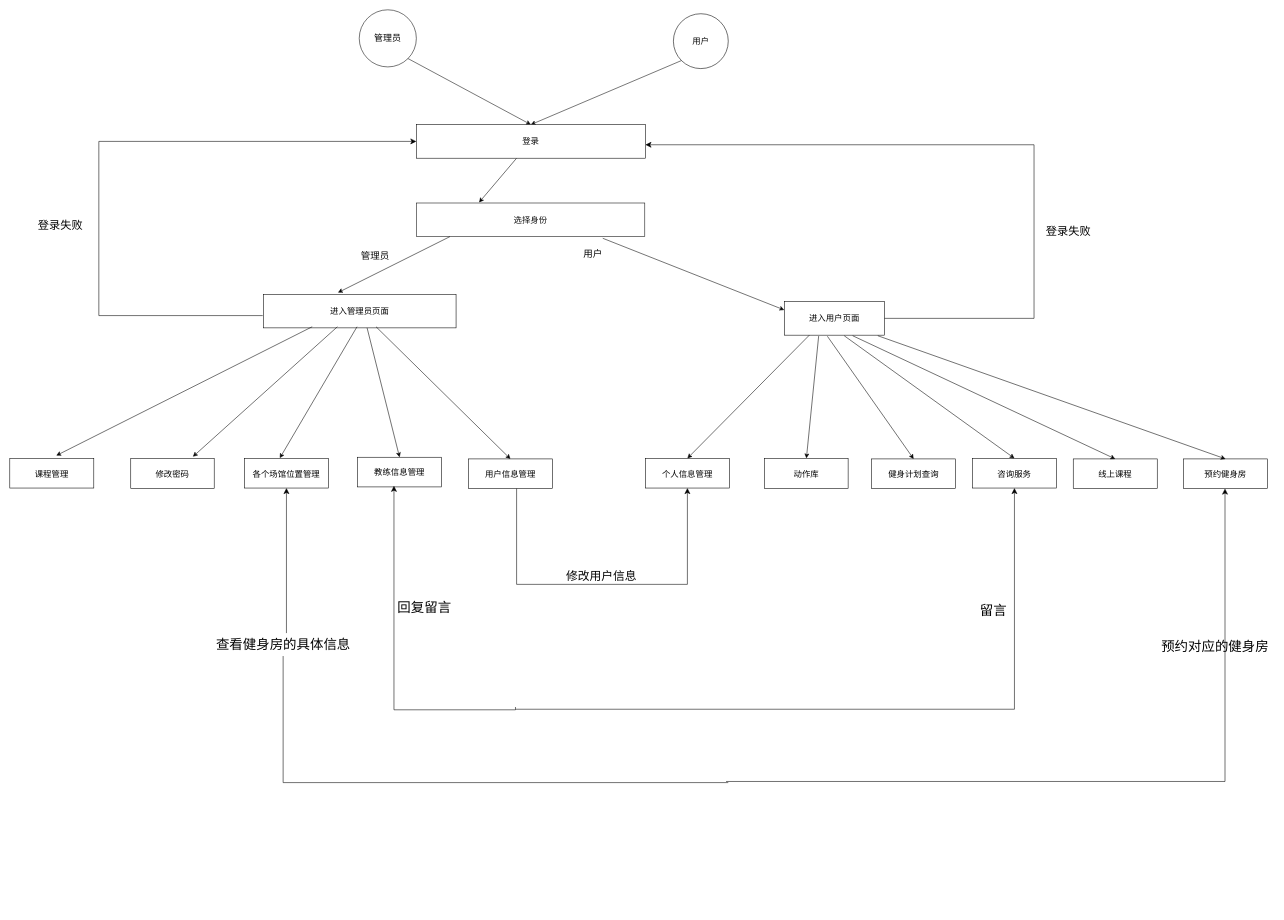
This is gym-management-front/drawing/业务流程图.drawio from Lzzzs/gym, a draw.io file, before an edit. Source tidied: cells renumbered, new cells numbered last; positions are measured from the earlier drawing's top-left corner, leaving out a move shared by most shapes. Both pictures are drawn from the tidied source at 56%, with x=0, y=0 at pixel (10, 10).
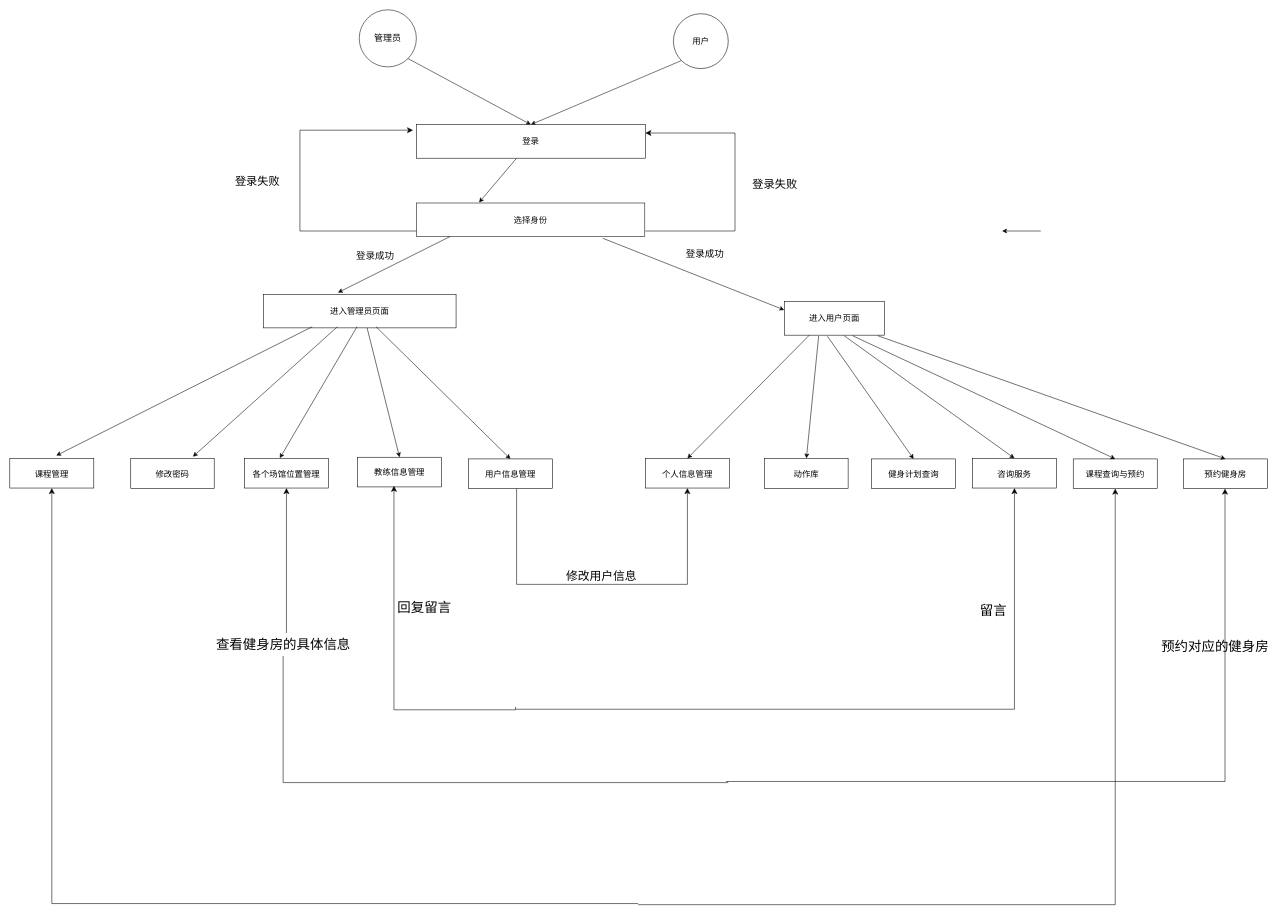
The same diagram, later.

Unchanged cells that the change refers to:
```xml
<mxCell id="7" value="&lt;font color=&quot;#030303&quot;&gt;登录&lt;/font&gt;" style="rounded=0;whiteSpace=wrap;html=1;fontSize=15;fillColor=#FFFFFF;strokeColor=#000000;" parent="1" vertex="1">
  <mxGeometry x="726" y="205" width="408.9" height="60" as="geometry" />
</mxCell>
<mxCell id="13" value="&lt;font color=&quot;#030303&quot;&gt;进入管理员页面&lt;/font&gt;" style="rounded=0;whiteSpace=wrap;html=1;fontSize=15;fillColor=#FFFFFF;strokeColor=#000000;" parent="1" vertex="1">
  <mxGeometry x="453" y="508" width="343.9" height="60" as="geometry" />
</mxCell>
<mxCell id="14" value="&lt;font color=&quot;#030303&quot;&gt;进入用户页面&lt;/font&gt;" style="rounded=0;whiteSpace=wrap;html=1;fontSize=15;fillColor=#FFFFFF;strokeColor=#000000;" parent="1" vertex="1">
  <mxGeometry x="1383" y="521" width="179" height="60" as="geometry" />
</mxCell>
<mxCell id="25" value="&lt;font color=&quot;#030303&quot;&gt;课程管理&lt;/font&gt;" style="rounded=0;whiteSpace=wrap;html=1;fontSize=15;fillColor=#FFFFFF;strokeColor=#000000;" parent="1" vertex="1">
  <mxGeometry y="801" width="150" height="53" as="geometry" />
</mxCell>
```

Change to the diagram source:
```diff
@@
-    <mxCell id="11" value="&lt;font color=&quot;#030303&quot; style=&quot;font-size: 17px;&quot;&gt;用户&lt;/font&gt;" style="text;html=1;align=center;verticalAlign=middle;strokeColor=none;fillColor=none;fontSize=15;" parent="1" vertex="1">
-      <mxGeometry x="1015" y="421" width="52" height="32" as="geometry" />
+    <mxCell id="11" value="&lt;font color=&quot;#030303&quot;&gt;&lt;span style=&quot;font-size: 17px;&quot;&gt;登录成功&lt;/span&gt;&lt;/font&gt;" style="text;html=1;align=center;verticalAlign=middle;strokeColor=none;fillColor=none;fontSize=15;" parent="1" vertex="1">
+      <mxGeometry x="1198" y="421" width="86" height="32" as="geometry" />
     </mxCell>
-    <mxCell id="12" value="&lt;font color=&quot;#0d0d0d&quot; style=&quot;font-size: 17px;&quot;&gt;管理员&lt;/font&gt;" style="text;html=1;align=center;verticalAlign=middle;strokeColor=none;fillColor=none;fontSize=15;" parent="1" vertex="1">
-      <mxGeometry x="617" y="424" width="69" height="32" as="geometry" />
+    <mxCell id="12" value="&lt;font color=&quot;#0d0d0d&quot; style=&quot;font-size: 17px;&quot;&gt;登录成功&lt;/font&gt;" style="text;html=1;align=center;verticalAlign=middle;strokeColor=none;fillColor=none;fontSize=15;" parent="1" vertex="1">
+      <mxGeometry x="609" y="424" width="86" height="32" as="geometry" />
     </mxCell>
@@
-    <mxCell id="15" style="edgeStyle=elbowEdgeStyle;elbow=horizontal;endArrow=classic;html=1;curved=0;rounded=0;endSize=8;startSize=8;exitX=-0.004;exitY=0.634;exitDx=0;exitDy=0;exitPerimeter=0;strokeColor=#030303;entryX=0;entryY=0.5;entryDx=0;entryDy=0;" parent="1" edge="1" source="13" target="7">
-      <mxGeometry relative="1" as="geometry">
-        <Array as="points">
-          <mxPoint x="159" y="306" />
-          <mxPoint x="289" y="392" />
-          <mxPoint x="445.1" y="388" />
-          <mxPoint x="435.1" y="425" />
-          <mxPoint x="411.1" y="504" />
-          <mxPoint x="444.1" y="376" />
-        </Array>
-      </mxGeometry>
-    </mxCell>
     <mxCell id="16" value="&lt;span style=&quot;color: rgb(3, 3, 3); font-size: 20px;&quot;&gt;登录失败&lt;/span&gt;" style="text;html=1;align=center;verticalAlign=middle;strokeColor=none;fillColor=none;fontSize=15;" parent="1" vertex="1">
-      <mxGeometry x="41" y="366" width="98" height="36" as="geometry" />
+      <mxGeometry x="393" y="288" width="98" height="36" as="geometry" />
     </mxCell>
-    <mxCell id="17" style="edgeStyle=elbowEdgeStyle;elbow=horizontal;endArrow=classic;html=1;curved=0;rounded=0;endSize=8;startSize=8;strokeColor=#030303;entryX=1;entryY=0.5;entryDx=0;entryDy=0;exitX=1;exitY=0.5;exitDx=0;exitDy=0;" parent="1" edge="1" source="14">
-      <mxGeometry relative="1" as="geometry">
-        <mxPoint x="1135" y="241" as="targetPoint" />
-        <Array as="points">
-          <mxPoint x="1829" y="408" />
-          <mxPoint x="1933" y="356" />
-          <mxPoint x="2033" y="386" />
-          <mxPoint x="1456" y="416" />
-          <mxPoint x="1471" y="427" />
-          <mxPoint x="1600" y="390" />
-          <mxPoint x="1516" y="397" />
-          <mxPoint x="1506" y="434" />
-          <mxPoint x="1482" y="513" />
-          <mxPoint x="1515" y="385" />
-        </Array>
-      </mxGeometry>
-    </mxCell>
-    <mxCell id="18" value="&lt;span style=&quot;color: rgb(3, 3, 3); font-size: 20px;&quot;&gt;登录失败&lt;/span&gt;" style="text;html=1;align=center;verticalAlign=middle;strokeColor=none;fillColor=none;fontSize=15;" parent="1" vertex="1">
-      <mxGeometry x="1841" y="377" width="98" height="36" as="geometry" />
-    </mxCell>
+    <mxCell id="52" style="edgeStyle=none;html=1;" parent="1" edge="1">
+      <mxGeometry relative="1" as="geometry">
+        <mxPoint x="1841" y="395" as="sourcePoint" />
+        <mxPoint x="1772" y="395" as="targetPoint" />
+      </mxGeometry>
+    </mxCell>
@@
-    <mxCell id="33" value="&lt;font color=&quot;#030303&quot;&gt;线上课程&lt;/font&gt;" style="rounded=0;whiteSpace=wrap;html=1;fontSize=15;fillColor=#FFFFFF;strokeColor=#000000;" parent="1" vertex="1">
+    <mxCell id="33" value="&lt;font color=&quot;#030303&quot;&gt;课程查询与预约&lt;/font&gt;" style="rounded=0;whiteSpace=wrap;html=1;fontSize=15;fillColor=#FFFFFF;strokeColor=#000000;" parent="1" vertex="1">
       <mxGeometry x="1899" y="802" width="150" height="53" as="geometry" />
     </mxCell>
@@
+    <mxCell id="53" style="edgeStyle=elbowEdgeStyle;elbow=horizontal;endArrow=classic;html=1;curved=0;rounded=0;endSize=8;startSize=8;strokeColor=#030303;strokeWidth=1;entryX=1;entryY=0.25;entryDx=0;entryDy=0;" parent="1" edge="1" target="7">
+      <mxGeometry relative="1" as="geometry">
+        <mxPoint x="1135" y="395" as="sourcePoint" />
+        <Array as="points">
+          <mxPoint x="1295" y="233" />
+        </Array>
+      </mxGeometry>
+    </mxCell>
+    <mxCell id="54" style="edgeStyle=elbowEdgeStyle;elbow=horizontal;endArrow=classic;html=1;curved=0;rounded=0;endSize=8;startSize=8;strokeColor=#030303;strokeWidth=1;" parent="1" edge="1">
+      <mxGeometry relative="1" as="geometry">
+        <mxPoint x="726.1" y="395" as="sourcePoint" />
+        <mxPoint x="720.1" y="215" as="targetPoint" />
+        <Array as="points">
+          <mxPoint x="518.1" y="240" />
+        </Array>
+      </mxGeometry>
+    </mxCell>
+    <mxCell id="18" value="&lt;span style=&quot;color: rgb(3, 3, 3); font-size: 20px;&quot;&gt;登录失败&lt;/span&gt;" style="text;html=1;align=center;verticalAlign=middle;strokeColor=none;fillColor=none;fontSize=15;" parent="1" vertex="1">
+      <mxGeometry x="1317" y="292" width="98" height="36" as="geometry" />
+    </mxCell>
+    <mxCell id="55" style="edgeStyle=segmentEdgeStyle;endArrow=classic;html=1;curved=0;rounded=0;endSize=8;startSize=8;strokeColor=#030303;fontSize=21;fontColor=#030303;" parent="1" edge="1" target="25">
+      <mxGeometry relative="1" as="geometry">
+        <mxPoint x="1122" y="1596" as="sourcePoint" />
+        <Array as="points">
+          <mxPoint x="75" y="1596" />
+        </Array>
+      </mxGeometry>
+    </mxCell>
+    <mxCell id="56" style="edgeStyle=segmentEdgeStyle;endArrow=classic;html=1;curved=0;rounded=0;endSize=8;startSize=8;strokeColor=#030303;fontSize=21;fontColor=#030303;entryX=0.5;entryY=1;entryDx=0;entryDy=0;" parent="1" edge="1" target="33">
+      <mxGeometry relative="1" as="geometry">
+        <mxPoint x="1122" y="1598" as="sourcePoint" />
+        <Array as="points">
+          <mxPoint x="1974" y="1598" />
+        </Array>
+      </mxGeometry>
+    </mxCell>
```
